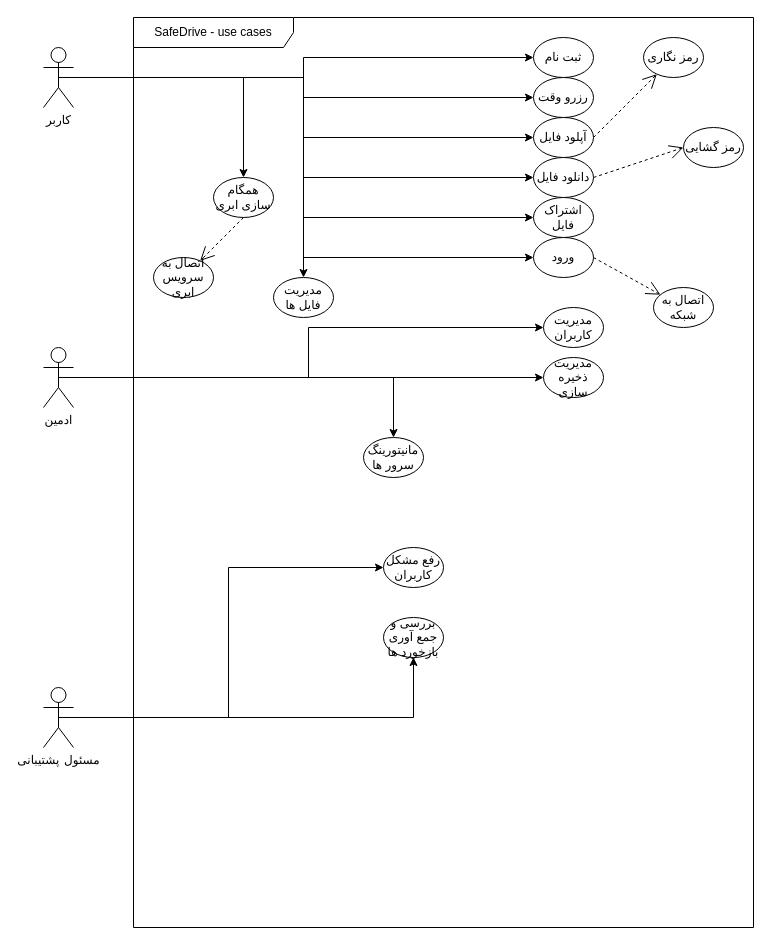
This is use-case/usecase.drawio from FatemehKhalili/SafeDrive, a draw.io file, before an edit. Source tidied: cells renumbered, new cells numbered last; positions are measured from the earlier drawing's top-left corner, leaving out a move shared by most shapes. Both pictures are drawn from the tidied source at 100%, with x=0, y=0 at pixel (43, 17).
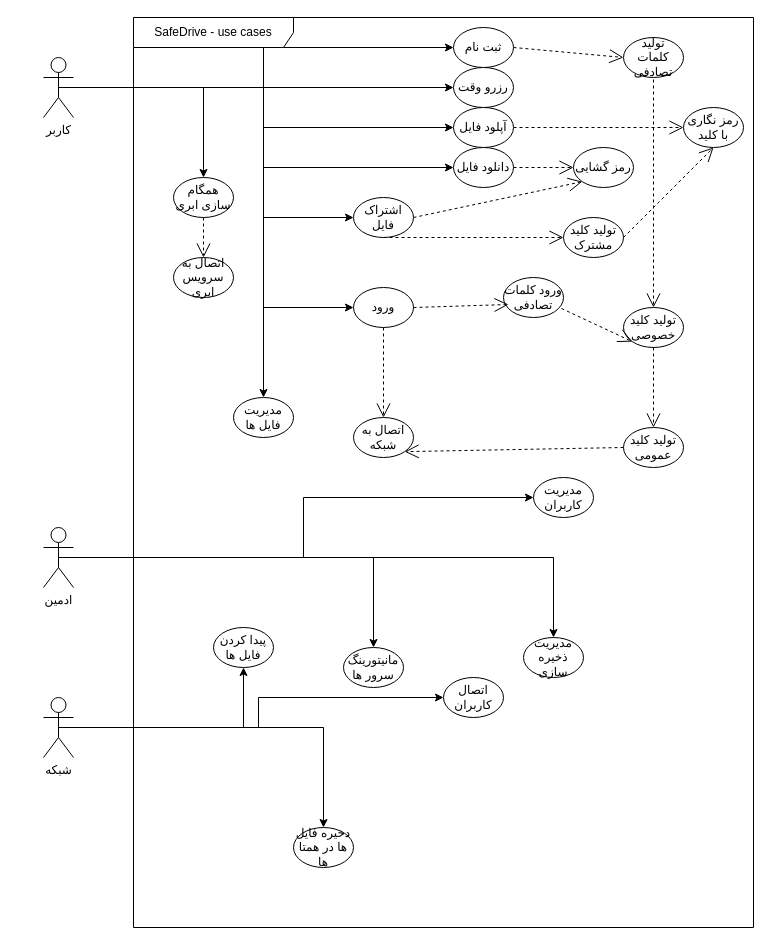
After the change.

The change refers to these unchanged cells:
```xml
<mxCell id="18" value="SafeDrive - use cases" style="shape=umlFrame;whiteSpace=wrap;html=1;width=160;" parent="1" vertex="1">
  <mxGeometry x="90" width="620" height="910" as="geometry" />
</mxCell>
```

What changed in the source:
```diff
@@
     <mxCell id="7" style="edgeStyle=orthogonalEdgeStyle;rounded=0;jettySize=auto;html=1;exitX=0.5;exitY=0.5;exitDx=0;exitDy=0;exitPerimeter=0;entryX=0;entryY=0.5;entryDx=0;entryDy=0;" parent="1" edge="1" source="10" target="21">
-      <mxGeometry relative="1" as="geometry" />
+      <mxGeometry relative="1" as="geometry">
+        <Array as="points">
+          <mxPoint x="220" y="70" />
+          <mxPoint x="220" y="200" />
+        </Array>
+      </mxGeometry>
     </mxCell>
@@
     <mxCell id="9" style="edgeStyle=orthogonalEdgeStyle;rounded=0;jettySize=auto;html=1;exitX=0.5;exitY=0.5;exitDx=0;exitDy=0;exitPerimeter=0;entryX=0;entryY=0.5;entryDx=0;entryDy=0;" parent="1" edge="1" source="10" target="25">
-      <mxGeometry relative="1" as="geometry" />
+      <mxGeometry relative="1" as="geometry">
+        <Array as="points">
+          <mxPoint x="220" y="70" />
+          <mxPoint x="220" y="290" />
+        </Array>
+      </mxGeometry>
     </mxCell>
     <mxCell id="10" value="&lt;div&gt;کاربر&lt;/div&gt;&lt;div&gt;&lt;br&gt;&lt;/div&gt;" style="shape=umlActor;verticalLabelPosition=bottom;verticalAlign=top;html=1;outlineConnect=0;fontFamily=Comic Sans MS;" parent="1" vertex="1">
-      <mxGeometry y="30" width="30" height="60" as="geometry" />
+      <mxGeometry y="40" width="30" height="60" as="geometry" />
     </mxCell>
@@
     <mxCell id="14" value="ادمین" style="shape=umlActor;verticalLabelPosition=bottom;verticalAlign=top;html=1;outlineConnect=0;fontFamily=Comic Sans MS;" parent="1" vertex="1">
-      <mxGeometry y="330" width="30" height="60" as="geometry" />
+      <mxGeometry y="510" width="30" height="60" as="geometry" />
     </mxCell>
@@
+    <mxCell id="41" style="edgeStyle=orthogonalEdgeStyle;rounded=0;jettySize=auto;html=1;exitX=0.5;exitY=0.5;exitDx=0;exitDy=0;exitPerimeter=0;" parent="1" edge="1" source="17" target="56">
+      <mxGeometry relative="1" as="geometry" />
+    </mxCell>
-    <mxCell id="17" value="مسئول پشتیبانی" style="shape=umlActor;verticalLabelPosition=bottom;verticalAlign=top;html=1;outlineConnect=0;fontFamily=Comic Sans MS;" parent="1" vertex="1">
-      <mxGeometry y="670" width="30" height="60" as="geometry" />
+    <mxCell id="17" value="شبکه" style="shape=umlActor;verticalLabelPosition=bottom;verticalAlign=top;html=1;outlineConnect=0;fontFamily=Comic Sans MS;" parent="1" vertex="1">
+      <mxGeometry y="680" width="30" height="60" as="geometry" />
     </mxCell>
@@
     <mxCell id="19" value="ثبت نام" style="ellipse;whiteSpace=wrap;html=1;" parent="18" vertex="1">
-      <mxGeometry x="400" y="20" width="60" height="40" as="geometry" />
+      <mxGeometry x="320" y="10" width="60" height="40" as="geometry" />
     </mxCell>
     <mxCell id="20" value="رزرو وقت" style="ellipse;whiteSpace=wrap;html=1;" parent="18" vertex="1">
-      <mxGeometry x="400" y="60" width="60" height="40" as="geometry" />
+      <mxGeometry x="320" y="50" width="60" height="40" as="geometry" />
     </mxCell>
     <mxCell id="21" value="اشتراک فایل" style="ellipse;whiteSpace=wrap;html=1;" parent="18" vertex="1">
-      <mxGeometry x="400" y="180" width="60" height="40" as="geometry" />
+      <mxGeometry x="220" y="180" width="60" height="40" as="geometry" />
     </mxCell>
     <mxCell id="22" value="دانلود فایل" style="ellipse;whiteSpace=wrap;html=1;" parent="18" vertex="1">
-      <mxGeometry x="400" y="140" width="60" height="40" as="geometry" />
+      <mxGeometry x="320" y="130" width="60" height="40" as="geometry" />
     </mxCell>
@@
     <mxCell id="24" value="آپلود فایل" style="ellipse;whiteSpace=wrap;html=1;" parent="18" vertex="1">
-      <mxGeometry x="400" y="100" width="60" height="40" as="geometry" />
+      <mxGeometry x="320" y="90" width="60" height="40" as="geometry" />
     </mxCell>
     <mxCell id="25" value="ورود" style="ellipse;whiteSpace=wrap;html=1;" parent="18" vertex="1">
-      <mxGeometry x="400" y="220" width="60" height="40" as="geometry" />
+      <mxGeometry x="220" y="270" width="60" height="40" as="geometry" />
     </mxCell>
@@
     <mxCell id="27" value="مدیریت فایل ها" style="ellipse;whiteSpace=wrap;html=1;" parent="18" vertex="1">
-      <mxGeometry x="140" y="260" width="60" height="40" as="geometry" />
+      <mxGeometry x="100" y="380" width="60" height="40" as="geometry" />
     </mxCell>
-    <mxCell id="28" value="رمز نگاری" style="ellipse;whiteSpace=wrap;html=1;" parent="18" vertex="1">
-      <mxGeometry x="510" y="20" width="60" height="40" as="geometry" />
+    <mxCell id="28" value="رمز نگاری با کلید" style="ellipse;whiteSpace=wrap;html=1;" parent="18" vertex="1">
+      <mxGeometry x="550" y="90" width="60" height="40" as="geometry" />
     </mxCell>
     <mxCell id="29" value="رمز گشایی" style="ellipse;whiteSpace=wrap;html=1;" parent="18" vertex="1">
-      <mxGeometry x="550" y="110" width="60" height="40" as="geometry" />
+      <mxGeometry x="440" y="130" width="60" height="40" as="geometry" />
     </mxCell>
@@
     <mxCell id="31" value="همگام سازی ابری" style="ellipse;whiteSpace=wrap;html=1;" parent="18" vertex="1">
-      <mxGeometry x="80" y="160" width="60" height="40" as="geometry" />
+      <mxGeometry x="40" y="160" width="60" height="40" as="geometry" />
     </mxCell>
     <mxCell id="32" value="اتصال به سرویس ابری" style="ellipse;whiteSpace=wrap;html=1;" parent="18" vertex="1">
-      <mxGeometry x="20" y="240" width="60" height="40" as="geometry" />
+      <mxGeometry x="40" y="240" width="60" height="40" as="geometry" />
     </mxCell>
@@
     <mxCell id="34" value="مدیریت کاربران" style="ellipse;whiteSpace=wrap;html=1;" parent="18" vertex="1">
-      <mxGeometry x="410" y="290" width="60" height="40" as="geometry" />
+      <mxGeometry x="400" y="460" width="60" height="40" as="geometry" />
     </mxCell>
     <mxCell id="35" value="مانیتورینگ سرور ها" style="ellipse;whiteSpace=wrap;html=1;" parent="18" vertex="1">
-      <mxGeometry x="230" y="420" width="60" height="40" as="geometry" />
+      <mxGeometry x="210" y="630" width="60" height="40" as="geometry" />
     </mxCell>
     <mxCell id="36" value="مدیریت ذخیره سازی" style="ellipse;whiteSpace=wrap;html=1;" parent="18" vertex="1">
-      <mxGeometry x="410" y="340" width="60" height="40" as="geometry" />
+      <mxGeometry x="390" y="620" width="60" height="40" as="geometry" />
     </mxCell>
     <mxCell id="37" value="اتصال به شبکه" style="ellipse;whiteSpace=wrap;html=1;" parent="18" vertex="1">
-      <mxGeometry x="520" y="270" width="60" height="40" as="geometry" />
+      <mxGeometry x="220" y="400" width="60" height="40" as="geometry" />
     </mxCell>
-    <mxCell id="38" style="endArrow=open;endSize=12;dashed=1;html=1;rounded=0;exitX=1;exitY=0.5;exitDx=0;exitDy=0;" parent="18" edge="1" source="25" target="37">
+    <mxCell id="38" style="endArrow=open;endSize=12;dashed=1;html=1;rounded=0;exitX=0.5;exitY=1;exitDx=0;exitDy=0;" parent="18" edge="1" source="25" target="37">
       <mxGeometry relative="1" as="geometry" />
     </mxCell>
-    <mxCell id="39" value="&lt;div&gt;رفع مشکل کاربران&lt;/div&gt;" style="ellipse;whiteSpace=wrap;html=1;" parent="18" vertex="1">
-      <mxGeometry x="250" y="530" width="60" height="40" as="geometry" />
+    <mxCell id="39" value="اتصال کاربران" style="ellipse;whiteSpace=wrap;html=1;" parent="18" vertex="1">
+      <mxGeometry x="310" y="660" width="60" height="40" as="geometry" />
     </mxCell>
-    <mxCell id="40" value="بررسی و جمع آوری بازخورد ها" style="ellipse;whiteSpace=wrap;html=1;" parent="18" vertex="1">
-      <mxGeometry x="250" y="600" width="60" height="40" as="geometry" />
+    <mxCell id="40" value="پیدا کردن فایل ها" style="ellipse;whiteSpace=wrap;html=1;" parent="18" vertex="1">
+      <mxGeometry x="80" y="610" width="60" height="40" as="geometry" />
     </mxCell>
+    <mxCell id="42" value="تولید کلید خصوصی" style="ellipse;whiteSpace=wrap;html=1;" parent="18" vertex="1">
+      <mxGeometry x="490" y="290" width="60" height="40" as="geometry" />
+    </mxCell>
+    <mxCell id="43" style="endArrow=open;endSize=12;dashed=1;html=1;rounded=0;exitX=0.5;exitY=0;exitDx=0;exitDy=0;entryX=0.5;entryY=0;entryDx=0;entryDy=0;" parent="18" edge="1" source="47" target="42">
+      <mxGeometry relative="1" as="geometry">
+        <Array as="points">
+          <mxPoint x="520" y="140" />
+          <mxPoint x="520" y="190" />
+        </Array>
+      </mxGeometry>
+    </mxCell>
+    <mxCell id="44" value="تولید کلید عمومی" style="ellipse;whiteSpace=wrap;html=1;" parent="18" vertex="1">
+      <mxGeometry x="490" y="410" width="60" height="40" as="geometry" />
+    </mxCell>
+    <mxCell id="45" style="endArrow=open;endSize=12;dashed=1;html=1;rounded=0;exitX=0.5;exitY=1;exitDx=0;exitDy=0;entryX=0.5;entryY=0;entryDx=0;entryDy=0;" parent="18" edge="1" source="42" target="44">
+      <mxGeometry relative="1" as="geometry" />
+    </mxCell>
+    <mxCell id="46" style="endArrow=open;endSize=12;dashed=1;html=1;rounded=0;exitX=0;exitY=0.5;exitDx=0;exitDy=0;entryX=1;entryY=1;entryDx=0;entryDy=0;" parent="18" edge="1" source="44" target="37">
+      <mxGeometry relative="1" as="geometry" />
+    </mxCell>
+    <mxCell id="47" value="تولید کلمات تصادفی" style="ellipse;whiteSpace=wrap;html=1;" parent="18" vertex="1">
+      <mxGeometry x="490" y="20" width="60" height="40" as="geometry" />
+    </mxCell>
+    <mxCell id="48" style="endArrow=open;endSize=12;dashed=1;html=1;rounded=0;exitX=1;exitY=0.5;exitDx=0;exitDy=0;entryX=0;entryY=0.5;entryDx=0;entryDy=0;" parent="18" edge="1" source="19" target="47">
+      <mxGeometry relative="1" as="geometry" />
+    </mxCell>
+    <mxCell id="49" value="ورود کلمات تصادفی" style="ellipse;whiteSpace=wrap;html=1;" parent="18" vertex="1">
+      <mxGeometry x="370" y="260" width="60" height="40" as="geometry" />
+    </mxCell>
+    <mxCell id="50" style="endArrow=open;endSize=12;dashed=1;html=1;rounded=0;exitX=1;exitY=0.5;exitDx=0;exitDy=0;entryX=0.083;entryY=0.675;entryDx=0;entryDy=0;entryPerimeter=0;" parent="18" edge="1" source="25" target="49">
+      <mxGeometry relative="1" as="geometry" />
+    </mxCell>
+    <mxCell id="51" value="تولید کلید مشترک" style="ellipse;whiteSpace=wrap;html=1;" parent="18" vertex="1">
+      <mxGeometry x="430" y="200" width="60" height="40" as="geometry" />
+    </mxCell>
+    <mxCell id="52" style="endArrow=open;endSize=12;dashed=1;html=1;rounded=0;exitX=0.5;exitY=1;exitDx=0;exitDy=0;" parent="18" edge="1" source="21" target="51">
+      <mxGeometry relative="1" as="geometry" />
+    </mxCell>
+    <mxCell id="53" style="endArrow=open;endSize=12;dashed=1;html=1;rounded=0;exitX=1;exitY=0.5;exitDx=0;exitDy=0;entryX=0;entryY=1;entryDx=0;entryDy=0;" parent="18" edge="1" source="21" target="29">
+      <mxGeometry relative="1" as="geometry" />
+    </mxCell>
+    <mxCell id="54" style="endArrow=open;endSize=12;dashed=1;html=1;rounded=0;exitX=0.967;exitY=0.775;exitDx=0;exitDy=0;entryX=0;entryY=1;entryDx=0;entryDy=0;exitPerimeter=0;" parent="18" edge="1" source="49" target="42">
+      <mxGeometry relative="1" as="geometry" />
+    </mxCell>
+    <mxCell id="55" style="endArrow=open;endSize=12;dashed=1;html=1;rounded=0;exitX=1;exitY=0.5;exitDx=0;exitDy=0;entryX=0.5;entryY=1;entryDx=0;entryDy=0;" parent="18" edge="1" source="51" target="28">
+      <mxGeometry relative="1" as="geometry" />
+    </mxCell>
+    <mxCell id="56" value="دخیره فایل ها در همتا ها" style="ellipse;whiteSpace=wrap;html=1;" parent="1" vertex="1">
+      <mxGeometry x="250" y="810" width="60" height="40" as="geometry" />
+    </mxCell>
```
